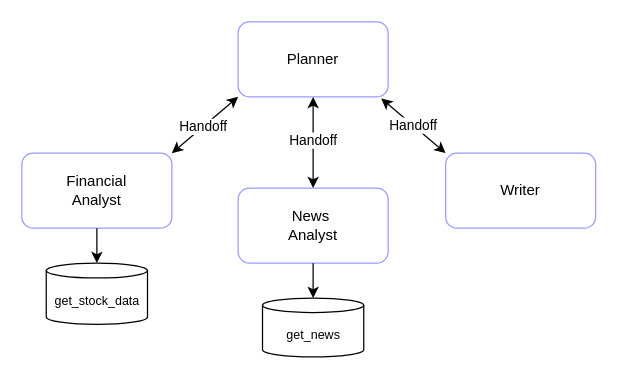
The draw.io diagram python/packages/autogen-core/docs/drawio/swarm_stock_research.drawio in microsoft/autogen, before the edit. Source tidied: cells renumbered, new cells numbered last; positions are measured from the earlier drawing's top-left corner, leaving out a move shared by most shapes. Both pictures are drawn from the tidied source at 125%, with x=0, y=0 at pixel (21, 21).
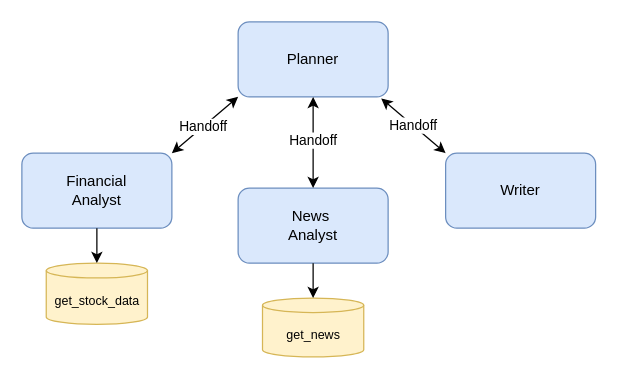
After the change.

Commit message (it also covers changes not shown here):
Update swarm tutorial

Change to the diagram source:
```diff
@@
 <mxGraphModel>
   <root>
     <mxCell id="0" />
     <mxCell id="1" parent="0" />
-    <mxCell id="2" value="Planner" style="rounded=1;whiteSpace=wrap;html=1;strokeColor=#9999FF;gradientColor=default;fillColor=none;" parent="1" vertex="1">
+    <mxCell id="2" value="Planner" style="rounded=1;whiteSpace=wrap;html=1;strokeColor=#6c8ebf;fillColor=#dae8fc;" parent="1" vertex="1">
       <mxGeometry x="173" width="120" height="60" as="geometry" />
     </mxCell>
-    <mxCell id="3" value="Writer" style="rounded=1;whiteSpace=wrap;html=1;strokeColor=#9999FF;gradientColor=default;fillColor=none;" parent="1" vertex="1">
+    <mxCell id="3" value="Writer" style="rounded=1;whiteSpace=wrap;html=1;strokeColor=#6c8ebf;fillColor=#dae8fc;" parent="1" vertex="1">
       <mxGeometry x="339" y="105" width="120" height="60" as="geometry" />
     </mxCell>
-    <mxCell id="4" value="News&amp;nbsp;&lt;br&gt;&lt;div&gt;&lt;span style=&quot;font-family: monospace; font-size: 0px; text-align: start; text-wrap-mode: nowrap; background-color: initial; color: rgb(0, 0, 0); --darkreader-inline-bgcolor: initial; --darkreader-inline-color: #e8e6e3;&quot;&gt;%3CmxGraphModel%3E%3Croot%3E%3CmxCell%20id%3D%220%22%2F%3E%3CmxCell%20id%3D%221%22%20parent%3D%220%22%2F%3E%3CmxCell%20id%3D%222%22%20value%3D%22Writer%22%20style%3D%22rounded%3D1%3BwhiteSpace%3Dwrap%3Bhtml%3D1%3BstrokeColor%3D%239999FF%3BgradientColor%3Ddefault%3BfillColor%3Dnone%3B%22%20vertex%3D%221%22%20parent%3D%221%22%3E%3CmxGeometry%20x%3D%22780%22%20y%3D%22377%22%20width%3D%22120%22%20height%3D%2260%22%20as%3D%22geometry%22%2F%3E%3C%2FmxCell%3E%3C%2Froot%3E%3C%2FmxGraphModel%3E&lt;/span&gt;Analyst&lt;/div&gt;" style="rounded=1;whiteSpace=wrap;html=1;strokeColor=#9999FF;gradientColor=default;fillColor=none;" parent="1" vertex="1">
+    <mxCell id="4" value="News&amp;nbsp;&lt;br&gt;&lt;div&gt;&lt;span style=&quot;font-family: monospace; font-size: 0px; text-align: start; text-wrap-mode: nowrap; background-color: initial; color: rgb(0, 0, 0); --darkreader-inline-bgcolor: initial; --darkreader-inline-color: #e8e6e3;&quot;&gt;%3CmxGraphModel%3E%3Croot%3E%3CmxCell%20id%3D%220%22%2F%3E%3CmxCell%20id%3D%221%22%20parent%3D%220%22%2F%3E%3CmxCell%20id%3D%222%22%20value%3D%22Writer%22%20style%3D%22rounded%3D1%3BwhiteSpace%3Dwrap%3Bhtml%3D1%3BstrokeColor%3D%239999FF%3BgradientColor%3Ddefault%3BfillColor%3Dnone%3B%22%20vertex%3D%221%22%20parent%3D%221%22%3E%3CmxGeometry%20x%3D%22780%22%20y%3D%22377%22%20width%3D%22120%22%20height%3D%2260%22%20as%3D%22geometry%22%2F%3E%3C%2FmxCell%3E%3C%2Froot%3E%3C%2FmxGraphModel%3E&lt;/span&gt;Analyst&lt;/div&gt;" style="rounded=1;whiteSpace=wrap;html=1;strokeColor=#6c8ebf;fillColor=#dae8fc;" parent="1" vertex="1">
       <mxGeometry x="173" y="133" width="120" height="60" as="geometry" />
     </mxCell>
-    <mxCell id="5" value="&lt;div&gt;Financial&lt;/div&gt;&lt;div&gt;Analyst&lt;/div&gt;" style="rounded=1;whiteSpace=wrap;html=1;strokeColor=#9999FF;gradientColor=default;fillColor=none;" parent="1" vertex="1">
+    <mxCell id="5" value="&lt;div&gt;Financial&lt;/div&gt;&lt;div&gt;Analyst&lt;/div&gt;" style="rounded=1;whiteSpace=wrap;html=1;strokeColor=#6c8ebf;fillColor=#dae8fc;" parent="1" vertex="1">
       <mxGeometry y="105" width="120" height="60" as="geometry" />
     </mxCell>
     <mxCell id="6" style="endArrow=classic;startArrow=classic;html=1;rounded=0;exitX=1;exitY=0;exitDx=0;exitDy=0;entryX=0;entryY=1;entryDx=0;entryDy=0;" parent="1" edge="1" source="5" target="2">
       <mxGeometry relative="1" as="geometry" />
     </mxCell>
     <mxCell id="7" value="Handoff" style="edgeLabel;html=1;align=center;verticalAlign=middle;" parent="6" vertex="1">
       <mxGeometry x="-0.06" y="1" relative="1" as="geometry">
         <mxPoint y="1" as="offset" />
       </mxGeometry>
     </mxCell>
     <mxCell id="8" style="endArrow=classic;startArrow=classic;html=1;rounded=0;exitX=0.5;exitY=0;exitDx=0;exitDy=0;entryX=0.5;entryY=1;entryDx=0;entryDy=0;" parent="1" edge="1" source="4" target="2">
       <mxGeometry relative="1" as="geometry" />
     </mxCell>
     <mxCell id="9" value="Handoff" style="edgeLabel;html=1;align=center;verticalAlign=middle;" parent="8" vertex="1">
       <mxGeometry x="0.06" y="1" relative="1" as="geometry" />
     </mxCell>
     <mxCell id="10" style="endArrow=classic;startArrow=classic;html=1;rounded=0;exitX=0.954;exitY=1.021;exitDx=0;exitDy=0;exitPerimeter=0;entryX=0;entryY=0;entryDx=0;entryDy=0;" parent="1" edge="1" source="2" target="3">
       <mxGeometry relative="1" as="geometry" />
     </mxCell>
     <mxCell id="11" value="Handoff" style="edgeLabel;html=1;align=center;verticalAlign=middle;" parent="10" vertex="1">
       <mxGeometry x="-0.01" relative="1" as="geometry" />
     </mxCell>
-    <mxCell id="12" value="&lt;font style=&quot;font-size: 10px;&quot;&gt;get_stock_data&lt;/font&gt;" style="shape=cylinder3;whiteSpace=wrap;html=1;boundedLbl=1;backgroundOutline=1;size=5.931034482758548;" parent="1" vertex="1">
+    <mxCell id="12" value="&lt;font style=&quot;font-size: 10px;&quot;&gt;get_stock_data&lt;/font&gt;" style="shape=cylinder3;whiteSpace=wrap;html=1;boundedLbl=1;backgroundOutline=1;size=5.931034482758548;fillColor=#fff2cc;strokeColor=#d6b656;" parent="1" vertex="1">
       <mxGeometry x="19.5" y="193" width="81" height="49" as="geometry" />
     </mxCell>
-    <mxCell id="13" value="&lt;font style=&quot;font-size: 10px;&quot;&gt;get_news&lt;/font&gt;" style="shape=cylinder3;whiteSpace=wrap;html=1;boundedLbl=1;backgroundOutline=1;size=5.758620689655288;" parent="1" vertex="1">
+    <mxCell id="13" value="&lt;font style=&quot;font-size: 10px;&quot;&gt;get_news&lt;/font&gt;" style="shape=cylinder3;whiteSpace=wrap;html=1;boundedLbl=1;backgroundOutline=1;size=5.758620689655288;fillColor=#fff2cc;strokeColor=#d6b656;" parent="1" vertex="1">
       <mxGeometry x="192.5" y="221" width="81" height="47" as="geometry" />
     </mxCell>
     <mxCell id="14" style="endArrow=classic;html=1;rounded=0;exitX=0.5;exitY=1;exitDx=0;exitDy=0;entryX=0.5;entryY=0;entryDx=0;entryDy=0;entryPerimeter=0;" parent="1" edge="1" source="5" target="12">
       <mxGeometry relative="1" as="geometry" />
     </mxCell>
     <mxCell id="15" style="endArrow=classic;html=1;rounded=0;exitX=0.5;exitY=1;exitDx=0;exitDy=0;entryX=0.5;entryY=0;entryDx=0;entryDy=0;entryPerimeter=0;" parent="1" edge="1" source="4" target="13">
       <mxGeometry relative="1" as="geometry" />
     </mxCell>
   </root>
 </mxGraphModel>
```
